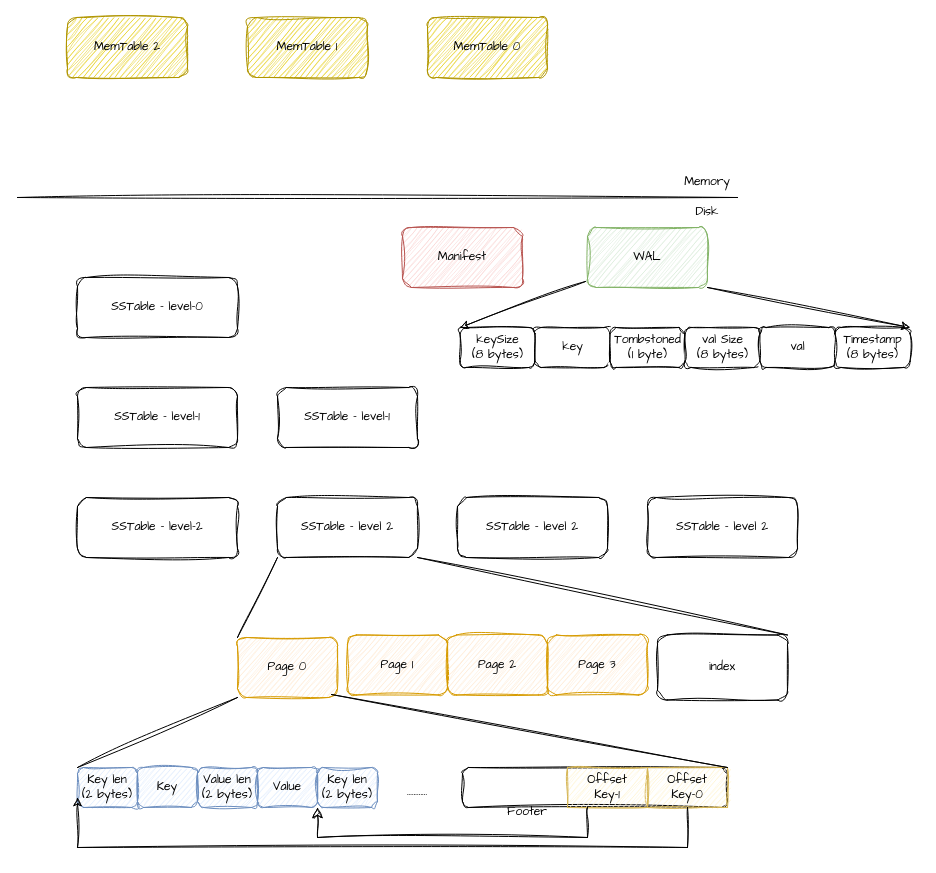
Before: imgs/lsm.drawio in mindfulqumachine/easy-lsm, a draw.io diagram. Source tidied: cells renumbered, new cells numbered last; positions are measured from the earlier drawing's top-left corner, leaving out a move shared by most shapes. Both pictures are drawn from the tidied source at 100%, with x=0, y=0 at pixel (17, 17).
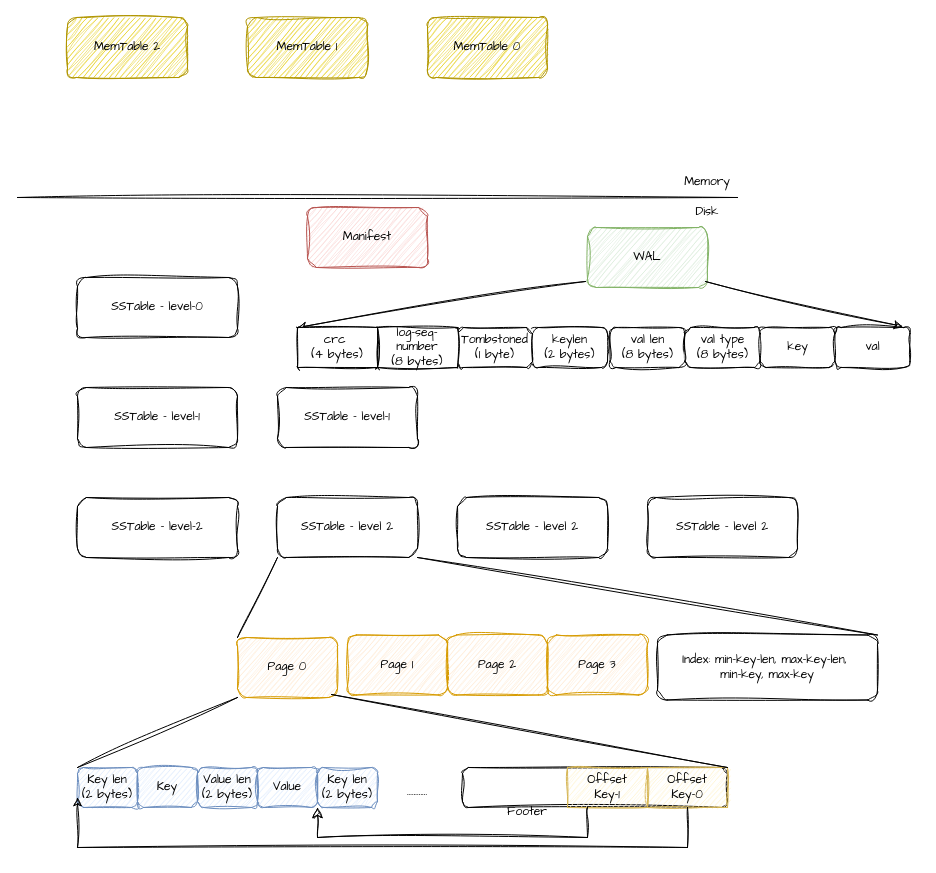
After the change.

Unchanged cells that the change refers to:
```xml
<mxCell id="8" value="WAL" style="rounded=1;whiteSpace=wrap;html=1;sketch=1;hachureGap=4;jiggle=2;curveFitting=1;fontFamily=Architects Daughter;fillColor=#d5e8d4;strokeColor=#82b366;" parent="1" vertex="1">
  <mxGeometry x="570" y="210" width="120" height="60" as="geometry" />
</mxCell>
```

The edit, as a diff of the source:
```diff
@@
-    <mxCell id="20" value="index" style="rounded=1;whiteSpace=wrap;html=1;sketch=1;hachureGap=4;jiggle=2;curveFitting=1;fontFamily=Architects Daughter;" parent="1" vertex="1">
-      <mxGeometry x="640" y="617.5" width="130" height="65" as="geometry" />
+    <mxCell id="20" value="Index: min-key-len, max-key-len,&amp;nbsp;&lt;div&gt;min-key, max-key&lt;/div&gt;" style="rounded=1;whiteSpace=wrap;html=1;sketch=1;hachureGap=4;jiggle=2;curveFitting=1;fontFamily=Architects Daughter;" parent="1" vertex="1">
+      <mxGeometry x="640" y="617.5" width="220" height="65" as="geometry" />
     </mxCell>
@@
     <mxCell id="38" value="Manifest" style="rounded=1;whiteSpace=wrap;html=1;sketch=1;hachureGap=4;jiggle=2;curveFitting=1;fontFamily=Architects Daughter;fillColor=#f8cecc;strokeColor=#b85450;" parent="1" vertex="1">
-      <mxGeometry x="385" y="210" width="120" height="60" as="geometry" />
+      <mxGeometry x="290" y="190" width="120" height="60" as="geometry" />
     </mxCell>
-    <mxCell id="39" value="keySize&lt;div&gt;(8 bytes)&lt;/div&gt;" style="rounded=1;whiteSpace=wrap;html=1;sketch=1;hachureGap=4;jiggle=2;curveFitting=1;fontFamily=Architects Daughter;" parent="1" vertex="1">
-      <mxGeometry x="442.5" y="310" width="75" height="40" as="geometry" />
+    <mxCell id="39" value="keylen&lt;div&gt;(2 bytes)&lt;/div&gt;" style="rounded=1;whiteSpace=wrap;html=1;sketch=1;hachureGap=4;jiggle=2;curveFitting=1;fontFamily=Architects Daughter;" parent="1" vertex="1">
+      <mxGeometry x="515" y="310" width="75" height="40" as="geometry" />
     </mxCell>
     <mxCell id="40" value="key" style="rounded=1;whiteSpace=wrap;html=1;sketch=1;hachureGap=4;jiggle=2;curveFitting=1;fontFamily=Architects Daughter;" parent="1" vertex="1">
-      <mxGeometry x="517.5" y="310" width="75" height="40" as="geometry" />
+      <mxGeometry x="742.5" y="310" width="75" height="40" as="geometry" />
     </mxCell>
     <mxCell id="41" value="Tombstoned&lt;div&gt;(1 byte)&lt;/div&gt;" style="rounded=1;whiteSpace=wrap;html=1;sketch=1;hachureGap=4;jiggle=2;curveFitting=1;fontFamily=Architects Daughter;" parent="1" vertex="1">
-      <mxGeometry x="592.5" y="310" width="75" height="40" as="geometry" />
+      <mxGeometry x="440" y="310" width="75" height="40" as="geometry" />
     </mxCell>
-    <mxCell id="42" value="val Size&lt;div&gt;(8 bytes)&lt;/div&gt;" style="rounded=1;whiteSpace=wrap;html=1;sketch=1;hachureGap=4;jiggle=2;curveFitting=1;fontFamily=Architects Daughter;" parent="1" vertex="1">
-      <mxGeometry x="667.5" y="310" width="75" height="40" as="geometry" />
+    <mxCell id="42" value="val len&lt;div&gt;(8 bytes)&lt;/div&gt;" style="rounded=1;whiteSpace=wrap;html=1;sketch=1;hachureGap=4;jiggle=2;curveFitting=1;fontFamily=Architects Daughter;" parent="1" vertex="1">
+      <mxGeometry x="592.5" y="310" width="75" height="40" as="geometry" />
     </mxCell>
     <mxCell id="43" value="val" style="rounded=1;whiteSpace=wrap;html=1;sketch=1;hachureGap=4;jiggle=2;curveFitting=1;fontFamily=Architects Daughter;" parent="1" vertex="1">
-      <mxGeometry x="742.5" y="310" width="75" height="40" as="geometry" />
+      <mxGeometry x="817.5" y="310" width="75" height="40" as="geometry" />
     </mxCell>
-    <mxCell id="44" value="Timestamp&lt;div&gt;(8 bytes)&lt;/div&gt;" style="rounded=1;whiteSpace=wrap;html=1;sketch=1;hachureGap=4;jiggle=2;curveFitting=1;fontFamily=Architects Daughter;" parent="1" vertex="1">
-      <mxGeometry x="817.5" y="310" width="75" height="40" as="geometry" />
+    <mxCell id="44" value="log-seq-number&lt;br&gt;&lt;div&gt;(8 bytes)&lt;/div&gt;" style="rounded=1;whiteSpace=wrap;html=1;sketch=1;hachureGap=4;jiggle=2;curveFitting=1;fontFamily=Architects Daughter;arcSize=0;" parent="1" vertex="1">
+      <mxGeometry x="360" y="310" width="80" height="40" as="geometry" />
     </mxCell>
-    <mxCell id="45" style="edgeStyle=none;jettySize=auto;html=1;rounded=0;sketch=1;hachureGap=4;jiggle=2;curveFitting=1;fontFamily=Architects Daughter;exitX=-0.017;exitY=0.9;exitDx=0;exitDy=0;exitPerimeter=0;entryX=0;entryY=0;entryDx=0;entryDy=0;" parent="1" edge="1" source="8" target="39">
+    <mxCell id="45" style="edgeStyle=none;jettySize=auto;html=1;rounded=0;sketch=1;hachureGap=4;jiggle=2;curveFitting=1;fontFamily=Architects Daughter;exitX=-0.017;exitY=0.9;exitDx=0;exitDy=0;exitPerimeter=0;entryX=0;entryY=0;entryDx=0;entryDy=0;" parent="1" edge="1" source="8" target="47">
       <mxGeometry relative="1" as="geometry" />
     </mxCell>
-    <mxCell id="46" style="edgeStyle=none;jettySize=auto;html=1;rounded=0;sketch=1;hachureGap=4;jiggle=2;curveFitting=1;fontFamily=Architects Daughter;exitX=1;exitY=1;exitDx=0;exitDy=0;entryX=1;entryY=0;entryDx=0;entryDy=0;" parent="1" edge="1" source="8" target="44">
-      <mxGeometry relative="1" as="geometry" />
-    </mxCell>
+    <mxCell id="47" value="&lt;div&gt;crc&amp;nbsp;&lt;/div&gt;&lt;div&gt;(4 bytes)&lt;/div&gt;" style="rounded=1;whiteSpace=wrap;html=1;sketch=1;hachureGap=4;jiggle=2;curveFitting=1;fontFamily=Architects Daughter;arcSize=0;" parent="1" vertex="1">
+      <mxGeometry x="280" y="310" width="80" height="40" as="geometry" />
+    </mxCell>
+    <mxCell id="48" value="val type&lt;div&gt;(8 bytes)&lt;/div&gt;" style="rounded=1;whiteSpace=wrap;html=1;sketch=1;hachureGap=4;jiggle=2;curveFitting=1;fontFamily=Architects Daughter;" parent="1" vertex="1">
+      <mxGeometry x="667.5" y="310" width="75" height="40" as="geometry" />
+    </mxCell>
+    <mxCell id="49" style="edgeStyle=none;jettySize=auto;html=1;rounded=0;sketch=1;hachureGap=4;jiggle=2;curveFitting=1;fontFamily=Architects Daughter;exitX=0.983;exitY=0.9;exitDx=0;exitDy=0;exitPerimeter=0;entryX=0.9;entryY=-0.025;entryDx=0;entryDy=0;entryPerimeter=0;" parent="1" edge="1" source="8" target="43">
+      <mxGeometry relative="1" as="geometry" />
+    </mxCell>
```
